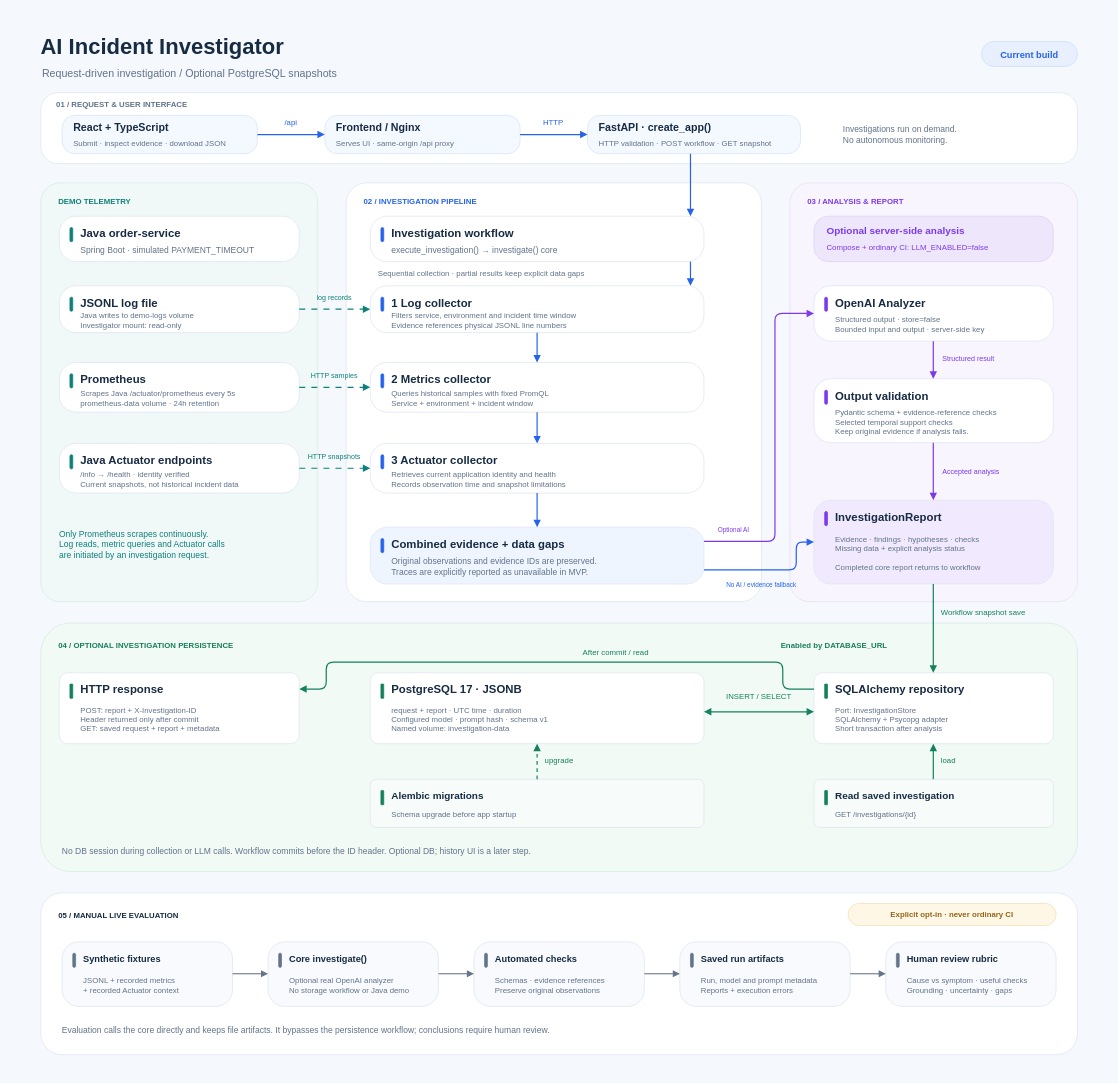
Before: docs/architecture/architecture.drawio in woody-ai-dev/ai-incident-investigator, a draw.io diagram. Source tidied: cells renumbered, new cells numbered last; positions are measured from the earlier drawing's top-left corner, leaving out a move shared by most shapes. Both pictures are drawn from the tidied source at 71%, with x=0, y=0 at pixel (12, 12).
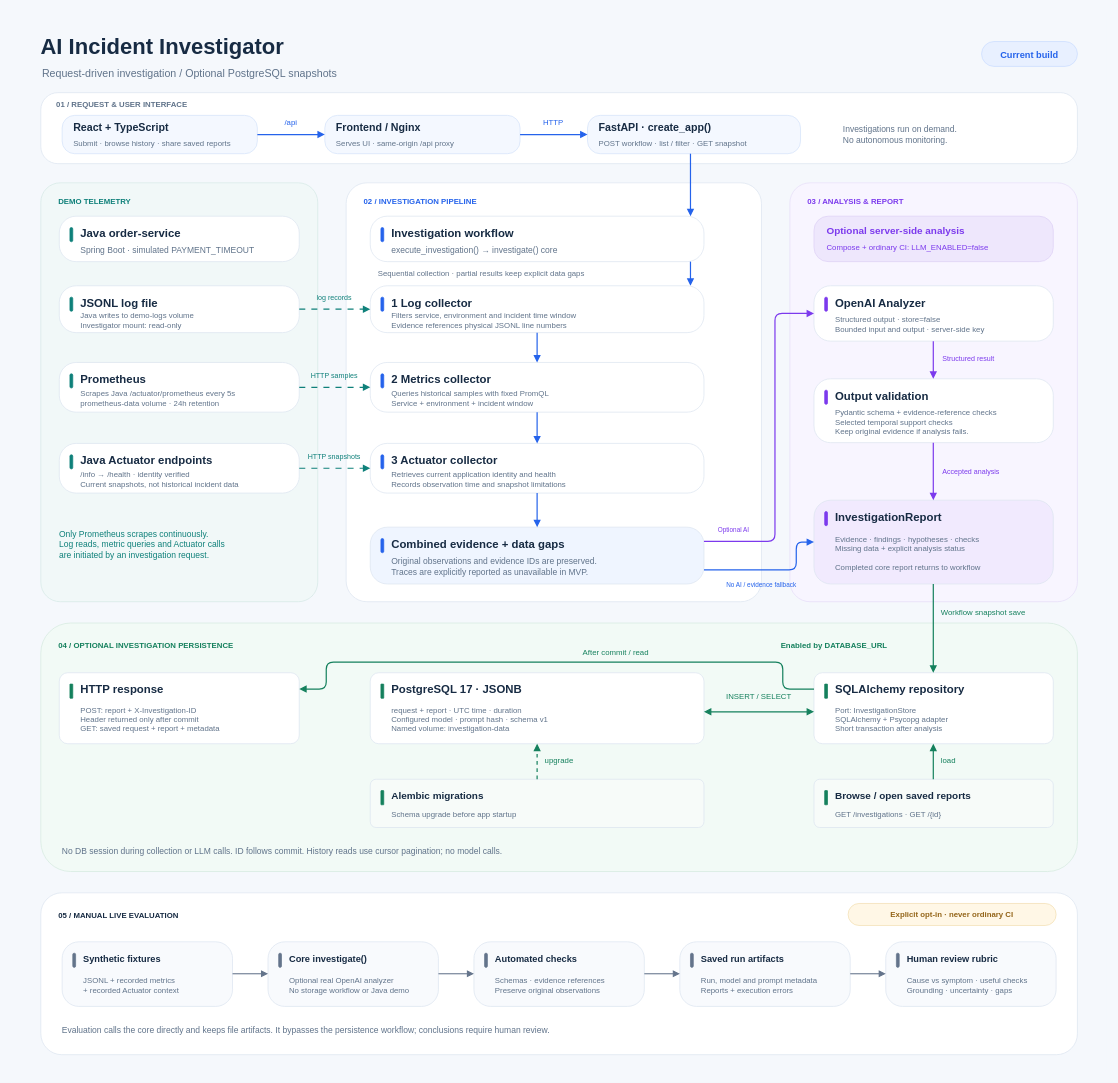
The same diagram, later.

The change refers to these unchanged cells:
```xml
<mxCell id="9" style="group;" parent="1" vertex="1">
  <mxGeometry x="70" y="145" width="275" height="54" as="geometry" />
</mxCell>
<mxCell id="17" style="group;" parent="1" vertex="1">
  <mxGeometry x="810" y="145" width="300" height="54" as="geometry" />
</mxCell>
```

The edit, as a diff of the source:
```diff
@@
-    <mxCell id="12" value="Submit · inspect evidence · download JSON" style="text;html=0;strokeColor=none;fillColor=none;align=left;verticalAlign=middle;whiteSpace=wrap;rounded=0;fontFamily=Arial;fontSize=11;fontColor=#60738A;fontStyle=0;spacing=0;" parent="9" vertex="1">
+    <mxCell id="12" value="Submit · browse history · share saved reports" style="text;html=0;strokeColor=none;fillColor=none;align=left;verticalAlign=middle;whiteSpace=wrap;rounded=0;fontFamily=Arial;fontSize=11;fontColor=#60738A;fontStyle=0;spacing=0;" parent="9" vertex="1">
       <mxGeometry x="16" y="31" width="245" height="16" as="geometry" />
     </mxCell>
@@
-    <mxCell id="20" value="HTTP validation · POST workflow · GET snapshot" style="text;html=0;strokeColor=none;fillColor=none;align=left;verticalAlign=middle;whiteSpace=wrap;rounded=0;fontFamily=Arial;fontSize=11;fontColor=#60738A;fontStyle=0;spacing=0;" parent="17" vertex="1">
+    <mxCell id="20" value="POST workflow · list / filter · GET snapshot" style="text;html=0;strokeColor=none;fillColor=none;align=left;verticalAlign=middle;whiteSpace=wrap;rounded=0;fontFamily=Arial;fontSize=11;fontColor=#60738A;fontStyle=0;spacing=0;" parent="17" vertex="1">
       <mxGeometry x="16" y="31" width="270" height="16" as="geometry" />
     </mxCell>
@@
-    <mxCell id="171" value="Read saved investigation" style="text;html=0;strokeColor=none;fillColor=none;align=left;verticalAlign=middle;whiteSpace=wrap;rounded=0;fontFamily=Arial;fontSize=14;fontColor=#172B43;fontStyle=1;spacing=0;" parent="1" vertex="1">
+    <mxCell id="171" value="Browse / open saved reports" style="text;html=0;strokeColor=none;fillColor=none;align=left;verticalAlign=middle;whiteSpace=wrap;rounded=0;fontFamily=Arial;fontSize=14;fontColor=#172B43;fontStyle=1;spacing=0;" parent="1" vertex="1">
       <mxGeometry x="1159" y="1091" width="293" height="24" as="geometry" />
     </mxCell>
-    <mxCell id="172" value="GET /investigations/{id}" style="text;html=0;strokeColor=none;fillColor=none;align=left;verticalAlign=middle;whiteSpace=wrap;rounded=0;fontFamily=Arial;fontSize=11;fontColor=#60738A;fontStyle=0;spacing=0;" parent="1" vertex="1">
+    <mxCell id="172" value="GET /investigations · GET /{id}" style="text;html=0;strokeColor=none;fillColor=none;align=left;verticalAlign=middle;whiteSpace=wrap;rounded=0;fontFamily=Arial;fontSize=11;fontColor=#60738A;fontStyle=0;spacing=0;" parent="1" vertex="1">
       <mxGeometry x="1159" y="1120" width="293" height="20" as="geometry" />
     </mxCell>
@@
-    <mxCell id="183" value="No DB session during collection or LLM calls. Workflow commits before the ID header. Optional DB; history UI is a later step." style="text;html=0;strokeColor=none;fillColor=none;align=left;verticalAlign=middle;whiteSpace=wrap;rounded=0;fontFamily=Arial;fontSize=12;fontColor=#60738A;fontStyle=0;spacing=0;" parent="1" vertex="1">
+    <mxCell id="183" value="No DB session during collection or LLM calls. ID follows commit. History reads use cursor pagination; no model calls." style="text;html=0;strokeColor=none;fillColor=none;align=left;verticalAlign=middle;whiteSpace=wrap;rounded=0;fontFamily=Arial;fontSize=12;fontColor=#60738A;fontStyle=0;spacing=0;" parent="1" vertex="1">
       <mxGeometry x="70" y="1171" width="1400" height="22" as="geometry" />
     </mxCell>
```
